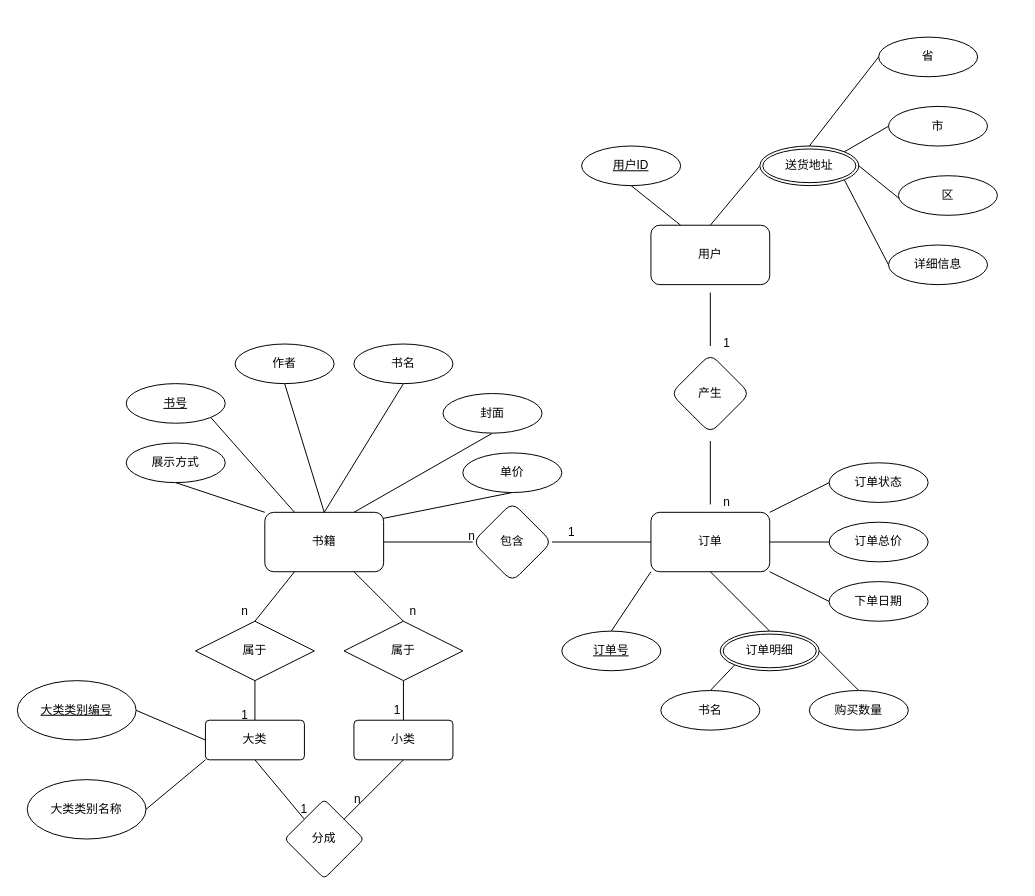
Before: Untitled Diagram.drawio in MyUniverse0726/Diagram, a draw.io diagram. Source tidied: cells renumbered, new cells numbered last; positions are measured from the earlier drawing's top-left corner, leaving out a move shared by most shapes. Both pictures are drawn from the tidied source at 99%, with x=0, y=0 at pixel (17, 37).
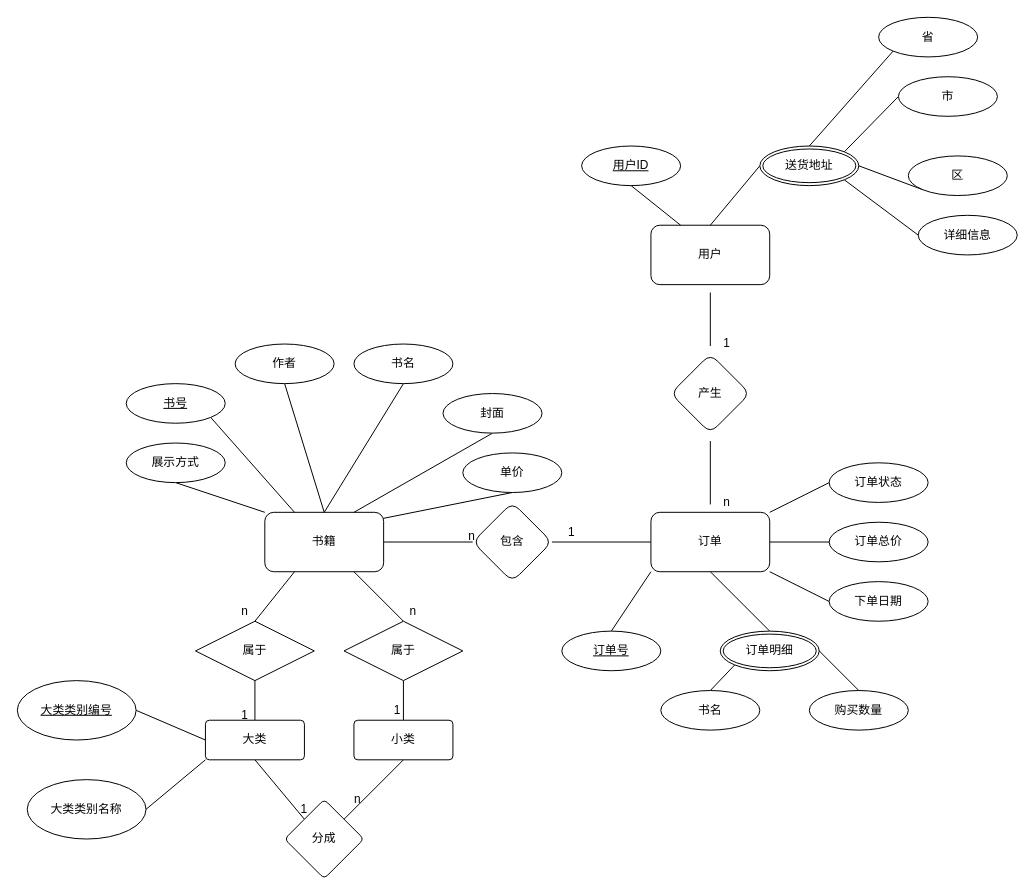
The same page after the edit.

Unchanged cells that the change refers to:
```xml
<mxCell id="62" value="送货地址" style="ellipse;shape=doubleEllipse;margin=3;whiteSpace=wrap;html=1;align=center;hachureGap=4;" parent="1" vertex="1">
  <mxGeometry x="750" y="110" width="100" height="40" as="geometry" />
</mxCell>
```

Change to the diagram source:
```diff
@@
-    <mxCell id="57" style="edgeStyle=none;rounded=0;jettySize=auto;html=1;exitX=0.5;exitY=0;exitDx=0;exitDy=0;entryX=0;entryY=0.5;entryDx=0;entryDy=0;endArrow=none;startSize=14;endSize=14;sourcePerimeterSpacing=8;targetPerimeterSpacing=8;" parent="1" edge="1" source="62" target="63">
+    <mxCell id="57" style="edgeStyle=none;rounded=0;jettySize=auto;html=1;exitX=0.5;exitY=0;exitDx=0;exitDy=0;entryX=0;entryY=1;entryDx=0;entryDy=0;endArrow=none;startSize=14;endSize=14;sourcePerimeterSpacing=8;targetPerimeterSpacing=8;" parent="1" edge="1" source="62" target="63">
       <mxGeometry relative="1" as="geometry" />
     </mxCell>
@@
     <mxCell id="63" value="省" style="ellipse;whiteSpace=wrap;html=1;align=center;hachureGap=4;" parent="1" vertex="1">
-      <mxGeometry x="870" width="100" height="40" as="geometry" />
+      <mxGeometry x="870" y="-20" width="100" height="40" as="geometry" />
     </mxCell>
     <mxCell id="64" value="区" style="ellipse;whiteSpace=wrap;html=1;align=center;hachureGap=4;" parent="1" vertex="1">
-      <mxGeometry x="890" y="140" width="100" height="40" as="geometry" />
+      <mxGeometry x="900" y="120" width="100" height="40" as="geometry" />
     </mxCell>
     <mxCell id="65" value="市" style="ellipse;whiteSpace=wrap;html=1;align=center;hachureGap=4;" parent="1" vertex="1">
-      <mxGeometry x="880" y="70" width="100" height="40" as="geometry" />
+      <mxGeometry x="890" y="40" width="100" height="40" as="geometry" />
     </mxCell>
     <mxCell id="66" value="详细信息" style="ellipse;whiteSpace=wrap;html=1;align=center;hachureGap=4;" parent="1" vertex="1">
-      <mxGeometry x="880" y="210" width="100" height="40" as="geometry" />
+      <mxGeometry x="910" y="180" width="100" height="40" as="geometry" />
     </mxCell>
```
